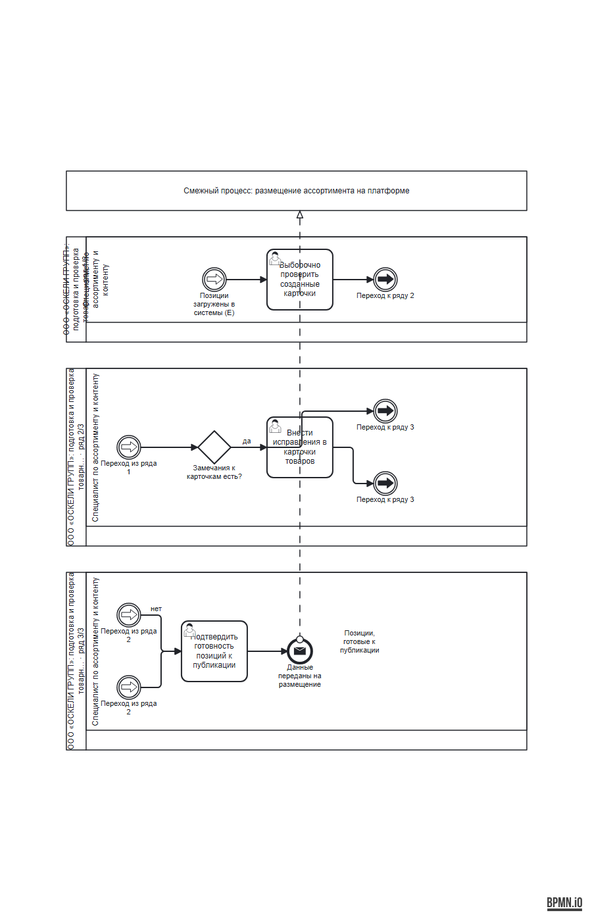
Before: docs/bpmn/png/to-be-4.png, a diagram exported from BPMN (AlchemistBro/Tickless). Its source is kept beside it as docs/bpmn/to-be-4.bpmn. Ids are renumbered.
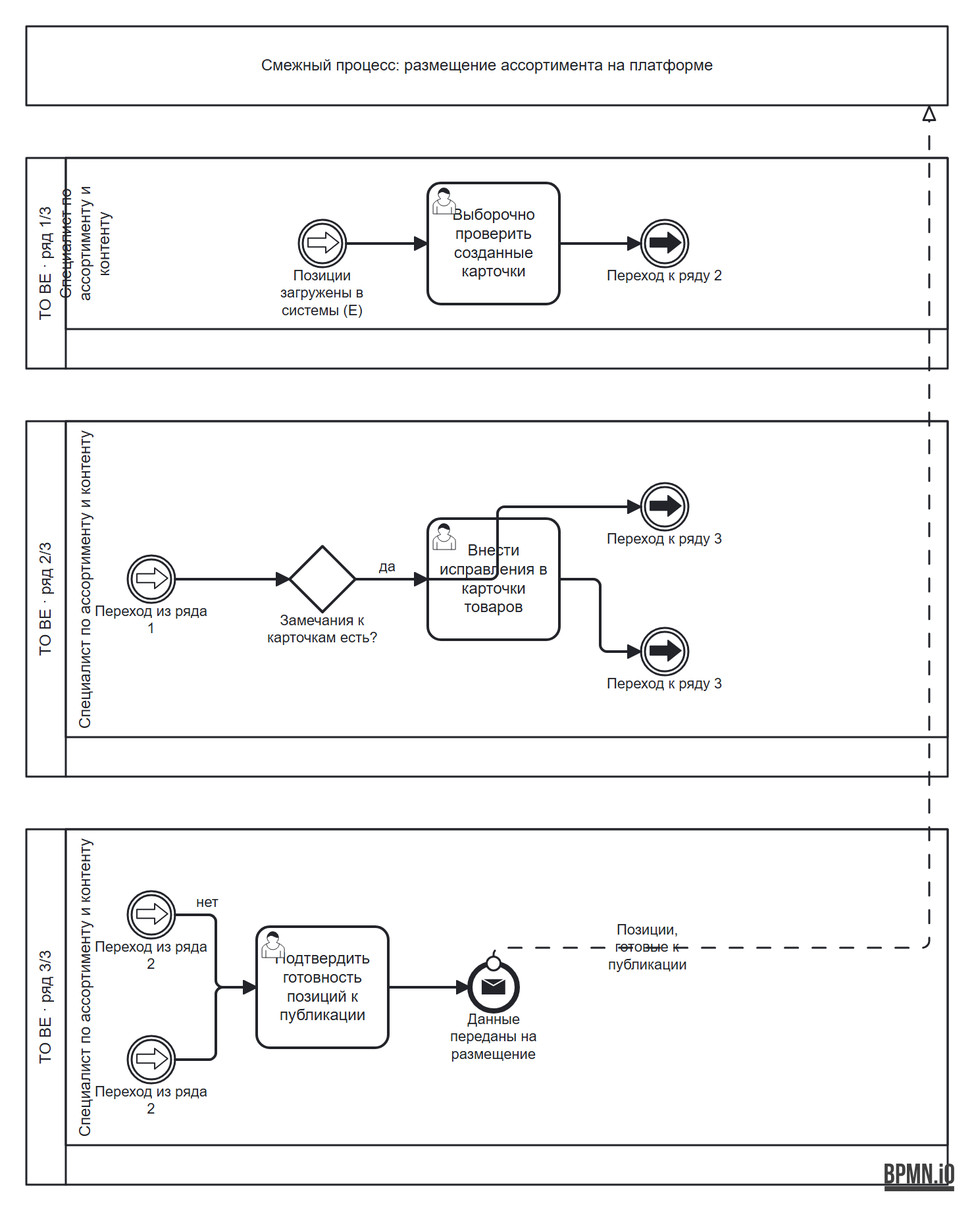
Above is the later version.

Commit message:
docs: C4 and BPMN gallery in the README; BPMN PNGs re-rendered at 2x with shorter labels and message flows along the margin

What changed in the source:
```diff
@@ -1,9 +1,9 @@
 <bpmn:definitions xmlns:bpmn="http://www.omg.org/spec/BPMN/20100524/MODEL" xmlns:bpmndi="http://www.omg.org/spec/BPMN/20100524/DI" xmlns:dc="http://www.omg.org/spec/DD/20100524/DC" xmlns:di="http://www.omg.org/spec/DD/20100524/DI" id="Defs" targetNamespace="http://tickless.example/bpmn" exporter="bpmnrows" exporterVersion="2">
   <bpmn:collaboration id="Collab">
     <bpmn:participant id="Pool_Adj" name="Смежный процесс: размещение ассортимента на платформе" />
-    <bpmn:participant id="Pool_Main_r1" name="ООО «ОСКЕЛИ ГРУПП»: подготовка и проверка товарн… · ряд 1/3" processRef="Proc_P4_r1" />
-    <bpmn:participant id="Pool_Main_r2" name="ООО «ОСКЕЛИ ГРУПП»: подготовка и проверка товарн… · ряд 2/3" processRef="Proc_P4_r2" />
-    <bpmn:participant id="Pool_Main_r3" name="ООО «ОСКЕЛИ ГРУПП»: подготовка и проверка товарн… · ряд 3/3" processRef="Proc_P4_r3" />
+    <bpmn:participant id="Pool_Main_r1" name="TO BE · ряд 1/3" processRef="Proc_P4_r1" />
+    <bpmn:participant id="Pool_Main_r2" name="TO BE · ряд 2/3" processRef="Proc_P4_r2" />
+    <bpmn:participant id="Pool_Main_r3" name="TO BE · ряд 3/3" processRef="Proc_P4_r3" />
     <bpmn:messageFlow id="mf5" sourceRef="E4" targetRef="Pool_Adj" name="Позиции, готовые к публикации" />
   </bpmn:collaboration>
   <bpmn:process id="Proc_P4_r1" name="ООО «ОСКЕЛИ ГРУПП»: подготовка и проверка товарных данных (TO BE) · ряд 1" isExecutable="false">
@@ -156,8 +156,10 @@
     </bpmndi:BPMNShape>
     <bpmndi:BPMNEdge id="mf5_di" bpmnElement="mf5">
       <di:waypoint x="355" y="712" />
-      <di:waypoint x="355" y="60" />
-      <bpmndi:BPMNLabel><dc:Bounds x="359" y="696" width="174" height="14" /></bpmndi:BPMNLabel>
+      <di:waypoint x="355" y="700" />
+      <di:waypoint x="686" y="700" />
+      <di:waypoint x="686" y="60" />
+      <bpmndi:BPMNLabel><dc:Bounds x="365" y="680" width="213" height="14" /></bpmndi:BPMNLabel>
     </bpmndi:BPMNEdge>
     <bpmndi:BPMNEdge id="k1_di" bpmnElement="k1">
       <di:waypoint x="243" y="165" />
```
